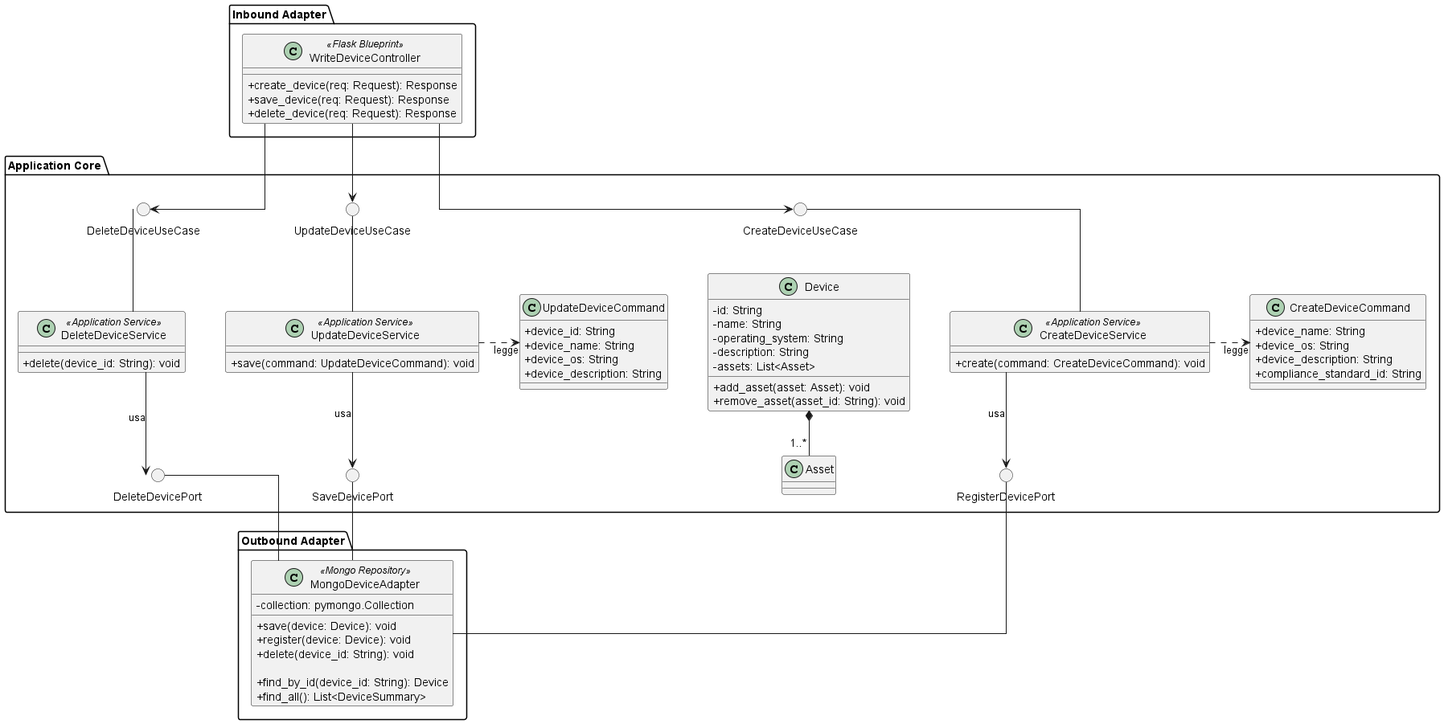
Earlier version of the PlantUML export src/PB/DocumentazioneEsterna/Specifica_Tecnica/content/uml/png/CreateDevice/WriteDeviceModule.png (GroupRubberDuck/Documentazione).
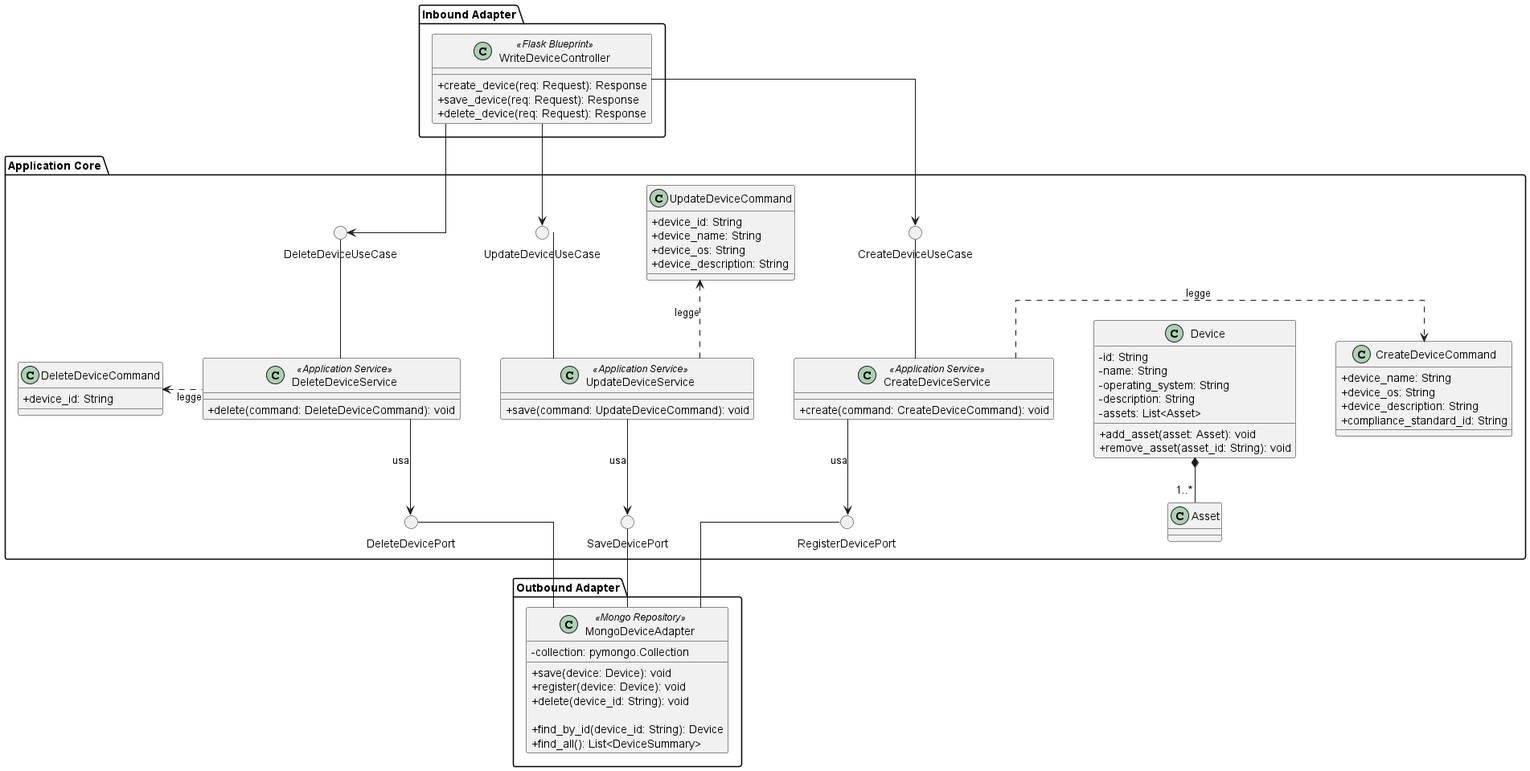
After the commit.

Diff of the diagram source:
```diff
@@ -1,4 +1,4 @@
-@startuml WriteDeviceModule_Optimized
+@startuml WriteDeviceModule
 skinparam linetype ortho
 skinparam nodesep 50
 skinparam ranksep 50
@@ -10,7 +10,6 @@
 
 package "Application Core" {
 
-
     () "CreateDeviceUseCase" as CreateUC
     () "UpdateDeviceUseCase" as SaveUC
     () "DeleteDeviceUseCase" as DeleteUC
@@ -18,7 +17,6 @@
     !include ApplicationServices/CreateDeviceService.puml
     !include ApplicationServices/UpdateDeviceService.puml
     !include ApplicationServices/DeleteDeviceService.puml
-
 
     class CreateDeviceCommand {
         + device_name: String
@@ -34,19 +32,23 @@
         + device_description: String
     }
 
+    class DeleteDeviceCommand {
+        + device_id: String
+    }
 
     () "RegisterDevicePort" as RegPort
     () "SaveDevicePort" as SavePort
     () "DeleteDevicePort" as DeletePort
 
+    !include Domain/Device.puml
 
-    !include Domain/Device.puml
+    DeleteDeviceService -[hidden]right- UpdateDeviceService
+    UpdateDeviceService -[hidden]right- CreateDeviceService
 }
 
 package "Outbound Adapter" {
     !include OutboundAdapters/MongoDeviceAdapter.puml
 }
-
 
 WriteDeviceController -down-> CreateUC
 WriteDeviceController -down-> SaveUC
@@ -56,10 +58,9 @@
 SaveUC -down- UpdateDeviceService
 DeleteUC -down- DeleteDeviceService
 
-
+DeleteDeviceService -left.> DeleteDeviceCommand : legge
+UpdateDeviceService -up.> UpdateDeviceCommand : legge
 CreateDeviceService -right.> CreateDeviceCommand : legge
-UpdateDeviceService -right.> UpdateDeviceCommand : legge
-
 
 CreateDeviceService -down-> RegPort : usa
 UpdateDeviceService -down-> SavePort : usa
@@ -69,7 +70,6 @@
 SavePort -down- MongoDeviceAdapter
 DeletePort -down- MongoDeviceAdapter
 
-
-Device -[hidden]right- CreateDeviceService
+Device -[hidden]left- CreateDeviceService
 
 @enduml
```
